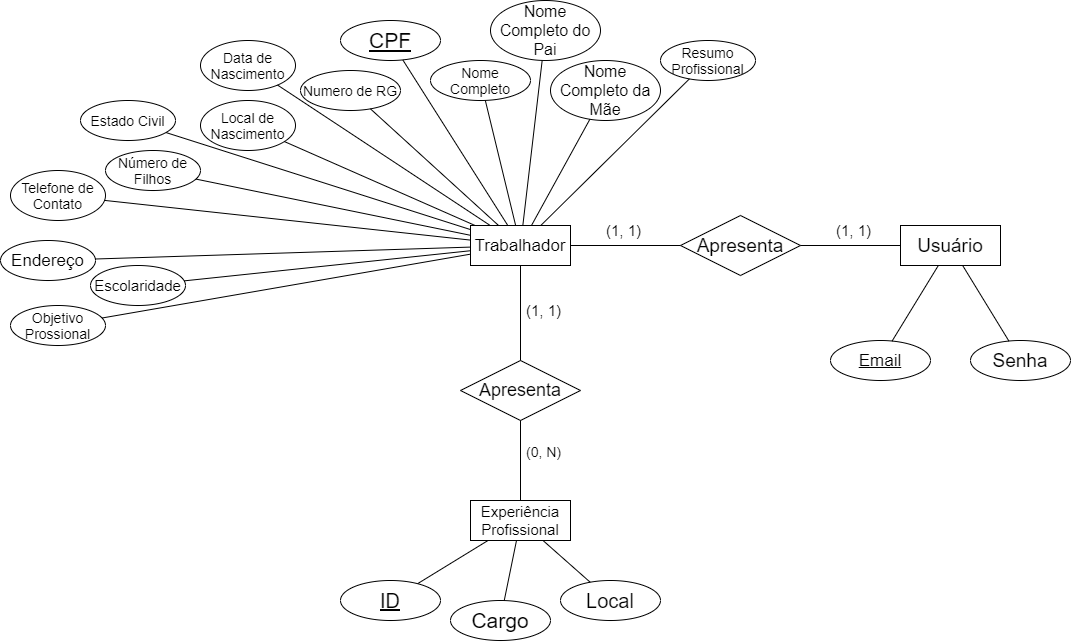
Before: Artefatos/diagramas/DiagramaER.png, a diagram exported from draw.io (Guicbdiniz/conectivo-conecta). Source tidied: cells renumbered, new cells last; positions are measured from the earlier drawing's top-left corner, leaving out a move shared by most shapes. The source it was exported from:
```xml
<mxGraphModel>
  <root>
    <mxCell id="0" />
    <mxCell id="1" parent="0" />
    <mxCell id="2" value="&lt;font style=&quot;font-size: 17px&quot;&gt;Trabalhador&lt;/font&gt;" style="whiteSpace=wrap;html=1;align=center;" parent="1" vertex="1">
      <mxGeometry x="470" y="225" width="100" height="40" as="geometry" />
    </mxCell>
    <mxCell id="3" value="&lt;font style=&quot;font-size: 21px&quot;&gt;CPF&lt;/font&gt;" style="ellipse;whiteSpace=wrap;html=1;align=center;fontStyle=4;" parent="1" vertex="1">
      <mxGeometry x="340" y="20" width="100" height="40" as="geometry" />
    </mxCell>
    <mxCell id="4" style="endArrow=none;html=1;rounded=0;" parent="1" edge="1" source="2" target="3">
      <mxGeometry relative="1" as="geometry" />
    </mxCell>
    <mxCell id="5" value="&lt;font style=&quot;font-size: 14px&quot;&gt;Nome Completo&lt;/font&gt;" style="ellipse;whiteSpace=wrap;html=1;align=center;" parent="1" vertex="1">
      <mxGeometry x="430" y="60" width="100" height="40" as="geometry" />
    </mxCell>
    <mxCell id="6" value="&lt;font style=&quot;font-size: 16px&quot;&gt;Nome Completo do Pai&lt;/font&gt;" style="ellipse;whiteSpace=wrap;html=1;align=center;" parent="1" vertex="1">
      <mxGeometry x="490" width="110" height="60" as="geometry" />
    </mxCell>
    <mxCell id="7" value="&lt;font style=&quot;font-size: 16px&quot;&gt;Nome Completo da Mãe&lt;/font&gt;" style="ellipse;whiteSpace=wrap;html=1;align=center;" parent="1" vertex="1">
      <mxGeometry x="550" y="60" width="110" height="60" as="geometry" />
    </mxCell>
    <mxCell id="8" value="&lt;font style=&quot;font-size: 14px&quot;&gt;Numero de RG&lt;/font&gt;" style="ellipse;whiteSpace=wrap;html=1;align=center;" parent="1" vertex="1">
      <mxGeometry x="300" y="70" width="100" height="40" as="geometry" />
    </mxCell>
    <mxCell id="9" value="&lt;font style=&quot;font-size: 14px&quot;&gt;Data de Nascimento&lt;/font&gt;" style="ellipse;whiteSpace=wrap;html=1;align=center;" parent="1" vertex="1">
      <mxGeometry x="200" y="40" width="95" height="50" as="geometry" />
    </mxCell>
    <mxCell id="10" value="&lt;font style=&quot;font-size: 14px&quot;&gt;Local de Nascimento&lt;/font&gt;" style="ellipse;whiteSpace=wrap;html=1;align=center;" parent="1" vertex="1">
      <mxGeometry x="200" y="100" width="95" height="50" as="geometry" />
    </mxCell>
    <mxCell id="11" value="&lt;font style=&quot;font-size: 14px&quot;&gt;Estado Civil&lt;/font&gt;" style="ellipse;whiteSpace=wrap;html=1;align=center;" parent="1" vertex="1">
      <mxGeometry x="80" y="100" width="95" height="40" as="geometry" />
    </mxCell>
    <mxCell id="12" value="&lt;font style=&quot;font-size: 14px&quot;&gt;Número de Filhos&lt;/font&gt;" style="ellipse;whiteSpace=wrap;html=1;align=center;" parent="1" vertex="1">
      <mxGeometry x="105" y="150" width="95" height="40" as="geometry" />
    </mxCell>
    <mxCell id="13" value="&lt;font style=&quot;font-size: 14px&quot;&gt;Telefone de Contato&lt;/font&gt;" style="ellipse;whiteSpace=wrap;html=1;align=center;" parent="1" vertex="1">
      <mxGeometry x="10" y="170" width="95" height="50" as="geometry" />
    </mxCell>
    <mxCell id="14" value="&lt;font style=&quot;font-size: 17px&quot;&gt;Endereço&lt;/font&gt;" style="ellipse;whiteSpace=wrap;html=1;align=center;" parent="1" vertex="1">
      <mxGeometry y="240" width="95" height="40" as="geometry" />
    </mxCell>
    <mxCell id="15" value="&lt;font style=&quot;font-size: 15px&quot;&gt;Escolaridade&lt;/font&gt;" style="ellipse;whiteSpace=wrap;html=1;align=center;" parent="1" vertex="1">
      <mxGeometry x="90" y="265" width="95" height="40" as="geometry" />
    </mxCell>
    <mxCell id="16" value="&lt;font style=&quot;font-size: 14px&quot;&gt;Objetivo Prossional&lt;/font&gt;" style="ellipse;whiteSpace=wrap;html=1;align=center;" parent="1" vertex="1">
      <mxGeometry x="10" y="305" width="95" height="40" as="geometry" />
    </mxCell>
    <mxCell id="17" value="&lt;font style=&quot;font-size: 14px&quot;&gt;Resumo Profissional&lt;/font&gt;" style="ellipse;whiteSpace=wrap;html=1;align=center;" parent="1" vertex="1">
      <mxGeometry x="660" y="40" width="95" height="40" as="geometry" />
    </mxCell>
    <mxCell id="18" style="endArrow=none;html=1;rounded=0;" parent="1" edge="1" source="5" target="2">
      <mxGeometry relative="1" as="geometry" />
    </mxCell>
    <mxCell id="19" style="endArrow=none;html=1;rounded=0;" parent="1" edge="1" source="6" target="2">
      <mxGeometry relative="1" as="geometry" />
    </mxCell>
    <mxCell id="20" style="endArrow=none;html=1;rounded=0;" parent="1" edge="1" source="7" target="2">
      <mxGeometry relative="1" as="geometry" />
    </mxCell>
    <mxCell id="21" style="endArrow=none;html=1;rounded=0;" parent="1" edge="1" source="8" target="2">
      <mxGeometry relative="1" as="geometry" />
    </mxCell>
    <mxCell id="22" style="endArrow=none;html=1;rounded=0;" parent="1" edge="1" source="9" target="2">
      <mxGeometry relative="1" as="geometry" />
    </mxCell>
    <mxCell id="23" style="endArrow=none;html=1;rounded=0;" parent="1" edge="1" source="10" target="2">
      <mxGeometry relative="1" as="geometry" />
    </mxCell>
    <mxCell id="24" style="endArrow=none;html=1;rounded=0;" parent="1" edge="1" source="11" target="2">
      <mxGeometry relative="1" as="geometry" />
    </mxCell>
    <mxCell id="25" style="endArrow=none;html=1;rounded=0;" parent="1" edge="1" source="12" target="2">
      <mxGeometry relative="1" as="geometry" />
    </mxCell>
    <mxCell id="26" style="endArrow=none;html=1;rounded=0;" parent="1" edge="1" source="13" target="2">
      <mxGeometry relative="1" as="geometry" />
    </mxCell>
    <mxCell id="27" style="endArrow=none;html=1;rounded=0;" parent="1" edge="1" source="14" target="2">
      <mxGeometry relative="1" as="geometry" />
    </mxCell>
    <mxCell id="28" style="endArrow=none;html=1;rounded=0;" parent="1" edge="1" source="15" target="2">
      <mxGeometry relative="1" as="geometry" />
    </mxCell>
    <mxCell id="29" style="endArrow=none;html=1;rounded=0;" parent="1" edge="1" source="16" target="2">
      <mxGeometry relative="1" as="geometry" />
    </mxCell>
    <mxCell id="30" style="endArrow=none;html=1;rounded=0;" parent="1" edge="1" source="17" target="2">
      <mxGeometry relative="1" as="geometry" />
    </mxCell>
    <mxCell id="31" value="&lt;font style=&quot;font-size: 18px&quot;&gt;Apresenta&lt;/font&gt;" style="shape=rhombus;perimeter=rhombusPerimeter;whiteSpace=wrap;html=1;align=center;" parent="1" vertex="1">
      <mxGeometry x="460" y="360" width="120" height="60" as="geometry" />
    </mxCell>
    <mxCell id="32" value="&lt;font style=&quot;font-size: 15px&quot;&gt;Experiência Profissional&lt;/font&gt;" style="whiteSpace=wrap;html=1;align=center;" parent="1" vertex="1">
      <mxGeometry x="470" y="500" width="100" height="40" as="geometry" />
    </mxCell>
    <mxCell id="33" style="endArrow=none;html=1;rounded=0;" parent="1" edge="1" source="31" target="2">
      <mxGeometry relative="1" as="geometry" />
    </mxCell>
    <mxCell id="34" value="&lt;font style=&quot;font-size: 15px&quot;&gt;(1, 1)&lt;/font&gt;" style="html=1;align=right;verticalAlign=bottom;" parent="33" vertex="1">
      <mxGeometry x="1" relative="1" as="geometry">
        <mxPoint x="40" y="55" as="offset" />
      </mxGeometry>
    </mxCell>
    <mxCell id="35" style="endArrow=none;html=1;rounded=0;" parent="1" edge="1" source="31" target="32">
      <mxGeometry relative="1" as="geometry" />
    </mxCell>
    <mxCell id="36" value="&lt;font style=&quot;font-size: 14px&quot;&gt;(0, N)&lt;/font&gt;" style="html=1;align=right;verticalAlign=bottom;" parent="35" vertex="1">
      <mxGeometry x="1" relative="1" as="geometry">
        <mxPoint x="40" y="-40" as="offset" />
      </mxGeometry>
    </mxCell>
    <mxCell id="37" value="&lt;font style=&quot;font-size: 20px&quot;&gt;ID&lt;/font&gt;" style="ellipse;whiteSpace=wrap;html=1;align=center;fontStyle=4;" parent="1" vertex="1">
      <mxGeometry x="340" y="580" width="100" height="40" as="geometry" />
    </mxCell>
    <mxCell id="38" value="&lt;font style=&quot;font-size: 21px&quot;&gt;Cargo&lt;/font&gt;" style="ellipse;whiteSpace=wrap;html=1;align=center;" parent="1" vertex="1">
      <mxGeometry x="450" y="600" width="100" height="40" as="geometry" />
    </mxCell>
    <mxCell id="39" value="&lt;font style=&quot;font-size: 20px&quot;&gt;Local&lt;/font&gt;" style="ellipse;whiteSpace=wrap;html=1;align=center;" parent="1" vertex="1">
      <mxGeometry x="560" y="580" width="100" height="40" as="geometry" />
    </mxCell>
    <mxCell id="40" style="endArrow=none;html=1;rounded=0;" parent="1" edge="1" source="37" target="32">
      <mxGeometry relative="1" as="geometry" />
    </mxCell>
    <mxCell id="41" style="endArrow=none;html=1;rounded=0;" parent="1" edge="1" source="38" target="32">
      <mxGeometry relative="1" as="geometry" />
    </mxCell>
    <mxCell id="42" style="endArrow=none;html=1;rounded=0;" parent="1" edge="1" source="39" target="32">
      <mxGeometry relative="1" as="geometry" />
    </mxCell>
    <mxCell id="43" value="&lt;font style=&quot;font-size: 19px&quot;&gt;Usuário&lt;/font&gt;" style="whiteSpace=wrap;html=1;align=center;" parent="1" vertex="1">
      <mxGeometry x="900" y="225" width="100" height="40" as="geometry" />
    </mxCell>
    <mxCell id="44" value="&lt;font style=&quot;font-size: 19px&quot;&gt;Apresenta&lt;/font&gt;" style="shape=rhombus;perimeter=rhombusPerimeter;whiteSpace=wrap;html=1;align=center;" parent="1" vertex="1">
      <mxGeometry x="680" y="215" width="120" height="60" as="geometry" />
    </mxCell>
    <mxCell id="45" style="endArrow=none;html=1;rounded=0;" parent="1" edge="1" source="2" target="44">
      <mxGeometry relative="1" as="geometry" />
    </mxCell>
    <mxCell id="46" value="&lt;font style=&quot;font-size: 15px&quot;&gt;(1, 1)&lt;/font&gt;" style="html=1;align=right;verticalAlign=bottom;" parent="45" vertex="1">
      <mxGeometry x="1" relative="1" as="geometry">
        <mxPoint x="-40" y="-5" as="offset" />
      </mxGeometry>
    </mxCell>
    <mxCell id="47" style="endArrow=none;html=1;rounded=0;" parent="1" edge="1" source="44" target="43">
      <mxGeometry relative="1" as="geometry" />
    </mxCell>
    <mxCell id="48" value="&lt;font style=&quot;font-size: 15px&quot;&gt;(1, 1)&lt;/font&gt;" style="html=1;align=right;verticalAlign=bottom;" parent="47" vertex="1">
      <mxGeometry x="1" relative="1" as="geometry">
        <mxPoint x="-30" y="-5" as="offset" />
      </mxGeometry>
    </mxCell>
    <mxCell id="49" value="&lt;font style=&quot;font-size: 17px&quot;&gt;Email&lt;/font&gt;" style="ellipse;whiteSpace=wrap;html=1;align=center;fontStyle=4;" parent="1" vertex="1">
      <mxGeometry x="830" y="340" width="100" height="40" as="geometry" />
    </mxCell>
    <mxCell id="50" value="&lt;font style=&quot;font-size: 19px&quot;&gt;Senha&lt;/font&gt;" style="ellipse;whiteSpace=wrap;html=1;align=center;" parent="1" vertex="1">
      <mxGeometry x="970" y="340" width="100" height="40" as="geometry" />
    </mxCell>
    <mxCell id="51" style="endArrow=none;html=1;rounded=0;" parent="1" edge="1" source="49" target="43">
      <mxGeometry relative="1" as="geometry" />
    </mxCell>
    <mxCell id="52" style="endArrow=none;html=1;rounded=0;" parent="1" edge="1" source="50" target="43">
      <mxGeometry relative="1" as="geometry" />
    </mxCell>
  </root>
</mxGraphModel>
```
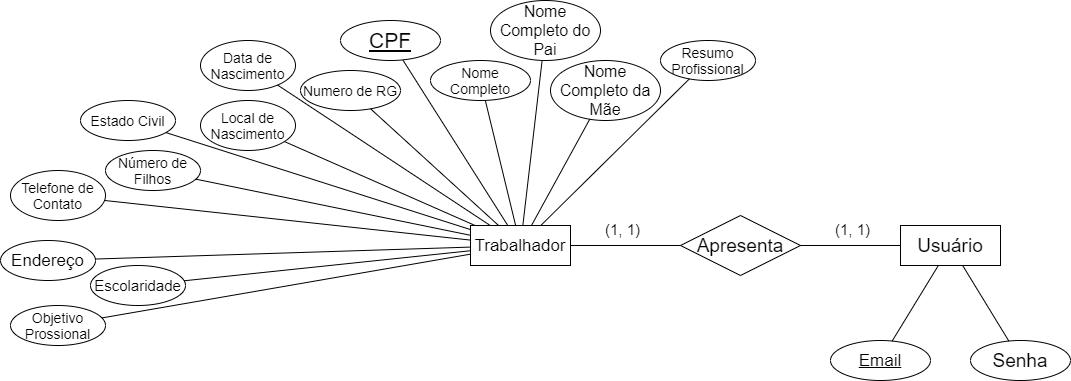
After the change.

Commit message:
Diagrama Entidade Relacionamento atualizado

What changed in the source:
```diff
@@ -89,46 +89,6 @@
     <mxCell id="30" style="endArrow=none;html=1;rounded=0;" parent="1" edge="1" source="17" target="2">
       <mxGeometry relative="1" as="geometry" />
     </mxCell>
-    <mxCell id="31" value="&lt;font style=&quot;font-size: 18px&quot;&gt;Apresenta&lt;/font&gt;" style="shape=rhombus;perimeter=rhombusPerimeter;whiteSpace=wrap;html=1;align=center;" parent="1" vertex="1">
-      <mxGeometry x="460" y="360" width="120" height="60" as="geometry" />
-    </mxCell>
-    <mxCell id="32" value="&lt;font style=&quot;font-size: 15px&quot;&gt;Experiência Profissional&lt;/font&gt;" style="whiteSpace=wrap;html=1;align=center;" parent="1" vertex="1">
-      <mxGeometry x="470" y="500" width="100" height="40" as="geometry" />
-    </mxCell>
-    <mxCell id="33" style="endArrow=none;html=1;rounded=0;" parent="1" edge="1" source="31" target="2">
-      <mxGeometry relative="1" as="geometry" />
-    </mxCell>
-    <mxCell id="34" value="&lt;font style=&quot;font-size: 15px&quot;&gt;(1, 1)&lt;/font&gt;" style="html=1;align=right;verticalAlign=bottom;" parent="33" vertex="1">
-      <mxGeometry x="1" relative="1" as="geometry">
-        <mxPoint x="40" y="55" as="offset" />
-      </mxGeometry>
-    </mxCell>
-    <mxCell id="35" style="endArrow=none;html=1;rounded=0;" parent="1" edge="1" source="31" target="32">
-      <mxGeometry relative="1" as="geometry" />
-    </mxCell>
-    <mxCell id="36" value="&lt;font style=&quot;font-size: 14px&quot;&gt;(0, N)&lt;/font&gt;" style="html=1;align=right;verticalAlign=bottom;" parent="35" vertex="1">
-      <mxGeometry x="1" relative="1" as="geometry">
-        <mxPoint x="40" y="-40" as="offset" />
-      </mxGeometry>
-    </mxCell>
-    <mxCell id="37" value="&lt;font style=&quot;font-size: 20px&quot;&gt;ID&lt;/font&gt;" style="ellipse;whiteSpace=wrap;html=1;align=center;fontStyle=4;" parent="1" vertex="1">
-      <mxGeometry x="340" y="580" width="100" height="40" as="geometry" />
-    </mxCell>
-    <mxCell id="38" value="&lt;font style=&quot;font-size: 21px&quot;&gt;Cargo&lt;/font&gt;" style="ellipse;whiteSpace=wrap;html=1;align=center;" parent="1" vertex="1">
-      <mxGeometry x="450" y="600" width="100" height="40" as="geometry" />
-    </mxCell>
-    <mxCell id="39" value="&lt;font style=&quot;font-size: 20px&quot;&gt;Local&lt;/font&gt;" style="ellipse;whiteSpace=wrap;html=1;align=center;" parent="1" vertex="1">
-      <mxGeometry x="560" y="580" width="100" height="40" as="geometry" />
-    </mxCell>
-    <mxCell id="40" style="endArrow=none;html=1;rounded=0;" parent="1" edge="1" source="37" target="32">
-      <mxGeometry relative="1" as="geometry" />
-    </mxCell>
-    <mxCell id="41" style="endArrow=none;html=1;rounded=0;" parent="1" edge="1" source="38" target="32">
-      <mxGeometry relative="1" as="geometry" />
-    </mxCell>
-    <mxCell id="42" style="endArrow=none;html=1;rounded=0;" parent="1" edge="1" source="39" target="32">
-      <mxGeometry relative="1" as="geometry" />
-    </mxCell>
     <mxCell id="43" value="&lt;font style=&quot;font-size: 19px&quot;&gt;Usuário&lt;/font&gt;" style="whiteSpace=wrap;html=1;align=center;" parent="1" vertex="1">
       <mxGeometry x="900" y="225" width="100" height="40" as="geometry" />
     </mxCell>
```
